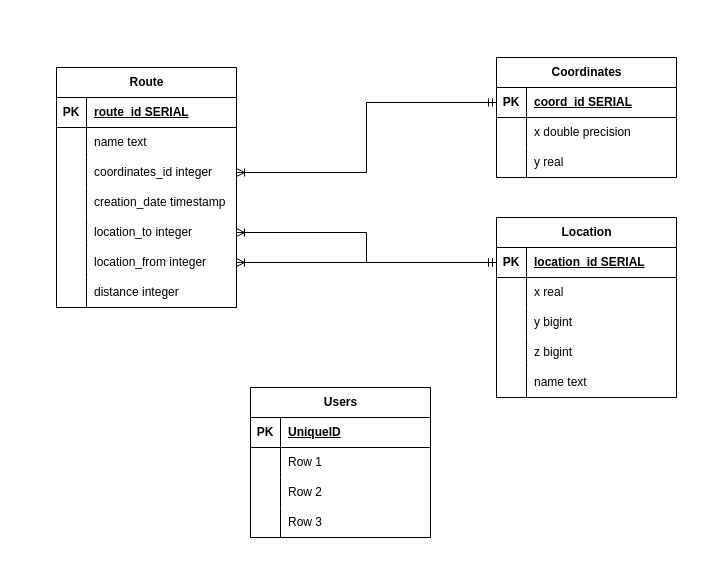
The draw.io diagram diagrams/datalogicalModel.drawio in Zerumi/no8_280523_73637373, before the edit. Source tidied: cells renumbered, new cells numbered last; positions are measured from the earlier drawing's top-left corner, leaving out a move shared by most shapes. Both pictures are drawn from the tidied source at 100%, with x=0, y=0 at pixel (56, 57).
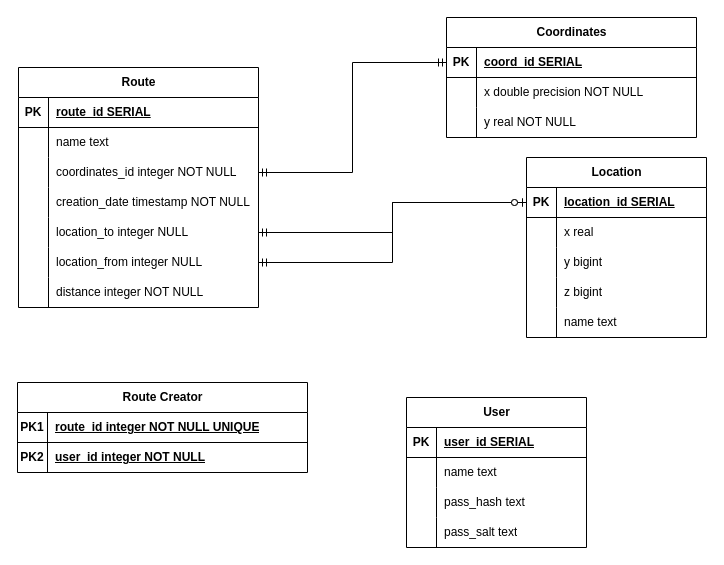
The same page after the edit.

The change refers to these unchanged cells:
```xml
<mxCell id="25" style="shape=tableRow;horizontal=0;startSize=0;swimlaneHead=0;swimlaneBody=0;fillColor=none;points=[[0,0.5],[1,0.5]];portConstraint=eastwest;top=0;left=0;right=0;bottom=1;" parent="24" vertex="1">
  <mxGeometry y="30" width="180" height="30" as="geometry" />
</mxCell>
<mxCell id="54" style="shape=tableRow;horizontal=0;startSize=0;swimlaneHead=0;swimlaneBody=0;fillColor=none;top=0;left=0;right=0;bottom=1;" parent="53" vertex="1">
  <mxGeometry y="30" width="180" height="30" as="geometry" />
</mxCell>
<mxCell id="57" style="shape=tableRow;horizontal=0;startSize=0;swimlaneHead=0;swimlaneBody=0;fillColor=none;top=0;left=0;right=0;bottom=0;" parent="53" vertex="1">
  <mxGeometry y="60" width="180" height="30" as="geometry" />
</mxCell>
<mxCell id="60" style="shape=tableRow;horizontal=0;startSize=0;swimlaneHead=0;swimlaneBody=0;fillColor=none;top=0;left=0;right=0;bottom=0;" parent="53" vertex="1">
  <mxGeometry y="90" width="180" height="30" as="geometry" />
</mxCell>
<mxCell id="63" style="shape=tableRow;horizontal=0;startSize=0;swimlaneHead=0;swimlaneBody=0;fillColor=none;top=0;left=0;right=0;bottom=0;" parent="53" vertex="1">
  <mxGeometry y="120" width="180" height="30" as="geometry" />
</mxCell>
```

Change to the diagram source:
```diff
@@
     <mxCell id="2" value="Route" style="shape=table;startSize=30;childLayout=tableLayout;rowLines=0;fontStyle=1;align=center;html=1;" parent="1" vertex="1">
-      <mxGeometry y="10" width="180" height="240" as="geometry" />
+      <mxGeometry x="-38" y="10" width="240" height="240" as="geometry" />
     </mxCell>
     <mxCell id="3" style="shape=tableRow;horizontal=0;startSize=0;swimlaneHead=0;swimlaneBody=0;fillColor=none;top=0;left=0;right=0;bottom=1;" parent="2" vertex="1">
-      <mxGeometry y="30" width="180" height="30" as="geometry" />
+      <mxGeometry y="30" width="240" height="30" as="geometry" />
     </mxCell>
@@
     <mxCell id="5" value="route_id SERIAL" style="shape=partialRectangle;fillColor=none;top=0;left=0;bottom=0;right=0;align=left;spacingLeft=6;fontStyle=5;overflow=hidden;whiteSpace=wrap;html=1;" parent="3" vertex="1">
-      <mxGeometry x="30" width="150" height="30" as="geometry" />
+      <mxGeometry x="30" width="210" height="30" as="geometry" />
     </mxCell>
     <mxCell id="6" style="shape=tableRow;horizontal=0;startSize=0;swimlaneHead=0;swimlaneBody=0;fillColor=none;top=0;left=0;right=0;bottom=0;" parent="2" vertex="1">
-      <mxGeometry y="60" width="180" height="30" as="geometry" />
+      <mxGeometry y="60" width="240" height="30" as="geometry" />
     </mxCell>
@@
     <mxCell id="8" value="name text" style="shape=partialRectangle;fillColor=none;top=0;left=0;bottom=0;right=0;align=left;spacingLeft=6;overflow=hidden;whiteSpace=wrap;html=1;" parent="6" vertex="1">
-      <mxGeometry x="30" width="150" height="30" as="geometry" />
+      <mxGeometry x="30" width="210" height="30" as="geometry" />
     </mxCell>
     <mxCell id="9" style="shape=tableRow;horizontal=0;startSize=0;swimlaneHead=0;swimlaneBody=0;fillColor=none;points=[[0,0.5],[1,0.5]];portConstraint=eastwest;top=0;left=0;right=0;bottom=0;" parent="2" vertex="1">
-      <mxGeometry y="90" width="180" height="30" as="geometry" />
+      <mxGeometry y="90" width="240" height="30" as="geometry" />
     </mxCell>
@@
-    <mxCell id="11" value="coordinates_id integer" style="shape=partialRectangle;fillColor=none;top=0;left=0;bottom=0;right=0;align=left;spacingLeft=6;overflow=hidden;whiteSpace=wrap;html=1;" parent="9" vertex="1">
-      <mxGeometry x="30" width="150" height="30" as="geometry" />
+    <mxCell id="11" value="coordinates_id integer NOT NULL" style="shape=partialRectangle;fillColor=none;top=0;left=0;bottom=0;right=0;align=left;spacingLeft=6;overflow=hidden;whiteSpace=wrap;html=1;" parent="9" vertex="1">
+      <mxGeometry x="30" width="210" height="30" as="geometry" />
     </mxCell>
     <mxCell id="12" style="shape=tableRow;horizontal=0;startSize=0;swimlaneHead=0;swimlaneBody=0;fillColor=none;top=0;left=0;right=0;bottom=0;" parent="2" vertex="1">
-      <mxGeometry y="120" width="180" height="30" as="geometry" />
+      <mxGeometry y="120" width="240" height="30" as="geometry" />
     </mxCell>
@@
-    <mxCell id="14" value="creation_date timestamp" style="shape=partialRectangle;fillColor=none;top=0;left=0;bottom=0;right=0;align=left;spacingLeft=6;overflow=hidden;whiteSpace=wrap;html=1;" parent="12" vertex="1">
-      <mxGeometry x="30" width="150" height="30" as="geometry" />
+    <mxCell id="14" value="creation_date timestamp NOT NULL" style="shape=partialRectangle;fillColor=none;top=0;left=0;bottom=0;right=0;align=left;spacingLeft=6;overflow=hidden;whiteSpace=wrap;html=1;" parent="12" vertex="1">
+      <mxGeometry x="30" width="210" height="30" as="geometry" />
     </mxCell>
     <mxCell id="15" style="shape=tableRow;horizontal=0;startSize=0;swimlaneHead=0;swimlaneBody=0;fillColor=none;points=[[0,0.5],[1,0.5]];portConstraint=eastwest;top=0;left=0;right=0;bottom=0;" parent="2" vertex="1">
-      <mxGeometry y="150" width="180" height="30" as="geometry" />
+      <mxGeometry y="150" width="240" height="30" as="geometry" />
     </mxCell>
@@
-    <mxCell id="17" value="location_to integer" style="shape=partialRectangle;fillColor=none;top=0;left=0;bottom=0;right=0;align=left;spacingLeft=6;overflow=hidden;whiteSpace=wrap;html=1;" parent="15" vertex="1">
-      <mxGeometry x="30" width="150" height="30" as="geometry" />
+    <mxCell id="17" value="location_to integer NULL" style="shape=partialRectangle;fillColor=none;top=0;left=0;bottom=0;right=0;align=left;spacingLeft=6;overflow=hidden;whiteSpace=wrap;html=1;" parent="15" vertex="1">
+      <mxGeometry x="30" width="210" height="30" as="geometry" />
     </mxCell>
     <mxCell id="18" style="shape=tableRow;horizontal=0;startSize=0;swimlaneHead=0;swimlaneBody=0;fillColor=none;points=[[0,0.5],[1,0.5]];portConstraint=eastwest;top=0;left=0;right=0;bottom=0;" parent="2" vertex="1">
-      <mxGeometry y="180" width="180" height="30" as="geometry" />
+      <mxGeometry y="180" width="240" height="30" as="geometry" />
     </mxCell>
@@
-    <mxCell id="20" value="location_from integer" style="shape=partialRectangle;fillColor=none;top=0;left=0;bottom=0;right=0;align=left;spacingLeft=6;overflow=hidden;whiteSpace=wrap;html=1;" parent="18" vertex="1">
-      <mxGeometry x="30" width="150" height="30" as="geometry" />
+    <mxCell id="20" value="location_from integer NULL" style="shape=partialRectangle;fillColor=none;top=0;left=0;bottom=0;right=0;align=left;spacingLeft=6;overflow=hidden;whiteSpace=wrap;html=1;" parent="18" vertex="1">
+      <mxGeometry x="30" width="210" height="30" as="geometry" />
     </mxCell>
     <mxCell id="21" style="shape=tableRow;horizontal=0;startSize=0;swimlaneHead=0;swimlaneBody=0;fillColor=none;top=0;left=0;right=0;bottom=0;" parent="2" vertex="1">
-      <mxGeometry y="210" width="180" height="30" as="geometry" />
+      <mxGeometry y="210" width="240" height="30" as="geometry" />
     </mxCell>
@@
-    <mxCell id="23" value="distance integer" style="shape=partialRectangle;fillColor=none;top=0;left=0;bottom=0;right=0;align=left;spacingLeft=6;overflow=hidden;whiteSpace=wrap;html=1;" parent="21" vertex="1">
-      <mxGeometry x="30" width="150" height="30" as="geometry" />
+    <mxCell id="23" value="distance integer NOT NULL" style="shape=partialRectangle;fillColor=none;top=0;left=0;bottom=0;right=0;align=left;spacingLeft=6;overflow=hidden;whiteSpace=wrap;html=1;" parent="21" vertex="1">
+      <mxGeometry x="30" width="210" height="30" as="geometry" />
     </mxCell>
     <mxCell id="24" value="Location" style="shape=table;startSize=30;childLayout=tableLayout;rowLines=0;fontStyle=1;align=center;html=1;" parent="1" vertex="1">
-      <mxGeometry x="440" y="160" width="180" height="180" as="geometry" />
+      <mxGeometry x="470" y="100" width="180" height="180" as="geometry" />
     </mxCell>
@@
-    <mxCell id="40" style="edgeStyle=orthogonalEdgeStyle;fontSize=12;html=1;endArrow=ERoneToMany;startArrow=ERmandOne;rounded=0;exitX=0;exitY=0.5;exitDx=0;exitDy=0;" parent="1" edge="1" source="25" target="15">
-      <mxGeometry relative="1" as="geometry" />
-    </mxCell>
-    <mxCell id="41" style="edgeStyle=orthogonalEdgeStyle;fontSize=12;html=1;endArrow=ERoneToMany;startArrow=ERmandOne;rounded=0;entryX=1;entryY=0.5;entryDx=0;entryDy=0;" parent="1" edge="1" source="25" target="18">
-      <mxGeometry relative="1" as="geometry" />
-    </mxCell>
     <mxCell id="42" value="Coordinates" style="shape=table;startSize=30;childLayout=tableLayout;rowLines=0;fontStyle=1;align=center;html=1;" parent="1" vertex="1">
-      <mxGeometry x="440" width="180" height="120" as="geometry" />
+      <mxGeometry x="390" y="-40" width="250" height="120" as="geometry" />
     </mxCell>
     <mxCell id="43" style="shape=tableRow;horizontal=0;startSize=0;swimlaneHead=0;swimlaneBody=0;fillColor=none;points=[[0,0.5],[1,0.5]];portConstraint=eastwest;top=0;left=0;right=0;bottom=1;" parent="42" vertex="1">
-      <mxGeometry y="30" width="180" height="30" as="geometry" />
+      <mxGeometry y="30" width="250" height="30" as="geometry" />
     </mxCell>
@@
     <mxCell id="45" value="coord_id SERIAL" style="shape=partialRectangle;fillColor=none;top=0;left=0;bottom=0;right=0;align=left;spacingLeft=6;fontStyle=5;overflow=hidden;whiteSpace=wrap;html=1;" parent="43" vertex="1">
-      <mxGeometry x="30" width="150" height="30" as="geometry" />
+      <mxGeometry x="30" width="220" height="30" as="geometry" />
     </mxCell>
     <mxCell id="46" style="shape=tableRow;horizontal=0;startSize=0;swimlaneHead=0;swimlaneBody=0;fillColor=none;top=0;left=0;right=0;bottom=0;" parent="42" vertex="1">
-      <mxGeometry y="60" width="180" height="30" as="geometry" />
+      <mxGeometry y="60" width="250" height="30" as="geometry" />
     </mxCell>
@@
-    <mxCell id="48" value="x&amp;nbsp;double precision" style="shape=partialRectangle;fillColor=none;top=0;left=0;bottom=0;right=0;align=left;spacingLeft=6;overflow=hidden;whiteSpace=wrap;html=1;" parent="46" vertex="1">
-      <mxGeometry x="30" width="150" height="30" as="geometry" />
+    <mxCell id="48" value="x&amp;nbsp;double precision NOT NULL" style="shape=partialRectangle;fillColor=none;top=0;left=0;bottom=0;right=0;align=left;spacingLeft=6;overflow=hidden;whiteSpace=wrap;html=1;" parent="46" vertex="1">
+      <mxGeometry x="30" width="220" height="30" as="geometry" />
     </mxCell>
     <mxCell id="49" style="shape=tableRow;horizontal=0;startSize=0;swimlaneHead=0;swimlaneBody=0;fillColor=none;top=0;left=0;right=0;bottom=0;" parent="42" vertex="1">
-      <mxGeometry y="90" width="180" height="30" as="geometry" />
+      <mxGeometry y="90" width="250" height="30" as="geometry" />
     </mxCell>
@@
-    <mxCell id="51" value="y real" style="shape=partialRectangle;fillColor=none;top=0;left=0;bottom=0;right=0;align=left;spacingLeft=6;overflow=hidden;whiteSpace=wrap;html=1;" parent="49" vertex="1">
-      <mxGeometry x="30" width="150" height="30" as="geometry" />
+    <mxCell id="51" value="y real NOT NULL" style="shape=partialRectangle;fillColor=none;top=0;left=0;bottom=0;right=0;align=left;spacingLeft=6;overflow=hidden;whiteSpace=wrap;html=1;" parent="49" vertex="1">
+      <mxGeometry x="30" width="220" height="30" as="geometry" />
     </mxCell>
-    <mxCell id="52" style="edgeStyle=orthogonalEdgeStyle;fontSize=12;html=1;endArrow=ERoneToMany;startArrow=ERmandOne;rounded=0;" parent="1" edge="1" source="43" target="9">
-      <mxGeometry relative="1" as="geometry" />
-    </mxCell>
-    <mxCell id="53" value="Users" style="shape=table;startSize=30;childLayout=tableLayout;rowLines=0;fontStyle=1;align=center;html=1;" parent="1" vertex="1">
-      <mxGeometry x="194" y="330" width="180" height="150" as="geometry" />
+    <mxCell id="53" value="User" style="shape=table;startSize=30;childLayout=tableLayout;rowLines=0;fontStyle=1;align=center;html=1;" parent="1" vertex="1">
+      <mxGeometry x="350" y="340" width="180" height="150" as="geometry" />
     </mxCell>
@@
-    <mxCell id="56" value="UniqueID" style="shape=partialRectangle;fillColor=none;top=0;left=0;bottom=0;right=0;align=left;spacingLeft=6;fontStyle=5;overflow=hidden;whiteSpace=wrap;html=1;" parent="54" vertex="1">
+    <mxCell id="56" value="user_id SERIAL" style="shape=partialRectangle;fillColor=none;top=0;left=0;bottom=0;right=0;align=left;spacingLeft=6;fontStyle=5;overflow=hidden;whiteSpace=wrap;html=1;" parent="54" vertex="1">
       <mxGeometry x="30" width="150" height="30" as="geometry" />
     </mxCell>
@@
-    <mxCell id="59" value="Row 1" style="shape=partialRectangle;fillColor=none;top=0;left=0;bottom=0;right=0;align=left;spacingLeft=6;overflow=hidden;whiteSpace=wrap;html=1;" parent="57" vertex="1">
+    <mxCell id="59" value="name text" style="shape=partialRectangle;fillColor=none;top=0;left=0;bottom=0;right=0;align=left;spacingLeft=6;overflow=hidden;whiteSpace=wrap;html=1;" parent="57" vertex="1">
       <mxGeometry x="30" width="150" height="30" as="geometry" />
     </mxCell>
@@
-    <mxCell id="62" value="Row 2" style="shape=partialRectangle;fillColor=none;top=0;left=0;bottom=0;right=0;align=left;spacingLeft=6;overflow=hidden;whiteSpace=wrap;html=1;" parent="60" vertex="1">
+    <mxCell id="62" value="pass_hash text" style="shape=partialRectangle;fillColor=none;top=0;left=0;bottom=0;right=0;align=left;spacingLeft=6;overflow=hidden;whiteSpace=wrap;html=1;" parent="60" vertex="1">
       <mxGeometry x="30" width="150" height="30" as="geometry" />
     </mxCell>
@@
-    <mxCell id="65" value="Row 3" style="shape=partialRectangle;fillColor=none;top=0;left=0;bottom=0;right=0;align=left;spacingLeft=6;overflow=hidden;whiteSpace=wrap;html=1;" parent="63" vertex="1">
+    <mxCell id="65" value="pass_salt text" style="shape=partialRectangle;fillColor=none;top=0;left=0;bottom=0;right=0;align=left;spacingLeft=6;overflow=hidden;whiteSpace=wrap;html=1;" parent="63" vertex="1">
       <mxGeometry x="30" width="150" height="30" as="geometry" />
     </mxCell>
+    <mxCell id="66" value="Route Creator" style="shape=table;startSize=30;childLayout=tableLayout;rowLines=0;fontStyle=1;align=center;html=1;" parent="1" vertex="1">
+      <mxGeometry x="-39" y="325" width="290" height="90" as="geometry" />
+    </mxCell>
+    <mxCell id="67" style="shape=tableRow;horizontal=0;startSize=0;swimlaneHead=0;swimlaneBody=0;fillColor=none;top=0;left=0;right=0;bottom=1;" parent="66" vertex="1">
+      <mxGeometry y="30" width="290" height="30" as="geometry" />
+    </mxCell>
+    <mxCell id="68" value="PK1" style="shape=partialRectangle;fillColor=none;top=0;left=0;bottom=0;right=0;fontStyle=1;overflow=hidden;whiteSpace=wrap;html=1;" parent="67" vertex="1">
+      <mxGeometry width="30" height="30" as="geometry" />
+    </mxCell>
+    <mxCell id="69" value="route_id integer NOT NULL UNIQUE" style="shape=partialRectangle;fillColor=none;top=0;left=0;bottom=0;right=0;align=left;spacingLeft=6;fontStyle=5;overflow=hidden;whiteSpace=wrap;html=1;" parent="67" vertex="1">
+      <mxGeometry x="30" width="260" height="30" as="geometry" />
+    </mxCell>
+    <mxCell id="70" style="shape=tableRow;horizontal=0;startSize=0;swimlaneHead=0;swimlaneBody=0;fillColor=none;top=0;left=0;right=0;bottom=0;fontStyle=1;" parent="66" vertex="1">
+      <mxGeometry y="60" width="290" height="30" as="geometry" />
+    </mxCell>
+    <mxCell id="71" value="PK2" style="shape=partialRectangle;fillColor=none;top=0;left=0;bottom=0;right=0;overflow=hidden;whiteSpace=wrap;html=1;fontStyle=1;" parent="70" vertex="1">
+      <mxGeometry width="30" height="30" as="geometry" />
+    </mxCell>
+    <mxCell id="72" value="user_id integer NOT NULL" style="shape=partialRectangle;fillColor=none;top=0;left=0;bottom=0;right=0;align=left;spacingLeft=6;overflow=hidden;whiteSpace=wrap;html=1;fontStyle=5;" parent="70" vertex="1">
+      <mxGeometry x="30" width="260" height="30" as="geometry" />
+    </mxCell>
+    <mxCell id="73" style="edgeStyle=orthogonalEdgeStyle;fontSize=12;html=1;endArrow=ERmandOne;startArrow=ERmandOne;rounded=0;" parent="1" edge="1" source="9" target="43">
+      <mxGeometry relative="1" as="geometry" />
+    </mxCell>
+    <mxCell id="74" style="edgeStyle=orthogonalEdgeStyle;fontSize=12;html=1;endArrow=ERzeroToOne;startArrow=ERmandOne;rounded=0;" parent="1" edge="1" source="15" target="25">
+      <mxGeometry relative="1" as="geometry" />
+    </mxCell>
+    <mxCell id="75" style="edgeStyle=orthogonalEdgeStyle;fontSize=12;html=1;endArrow=ERzeroToOne;startArrow=ERmandOne;rounded=0;" parent="1" edge="1" source="18" target="25">
+      <mxGeometry relative="1" as="geometry" />
+    </mxCell>
```
